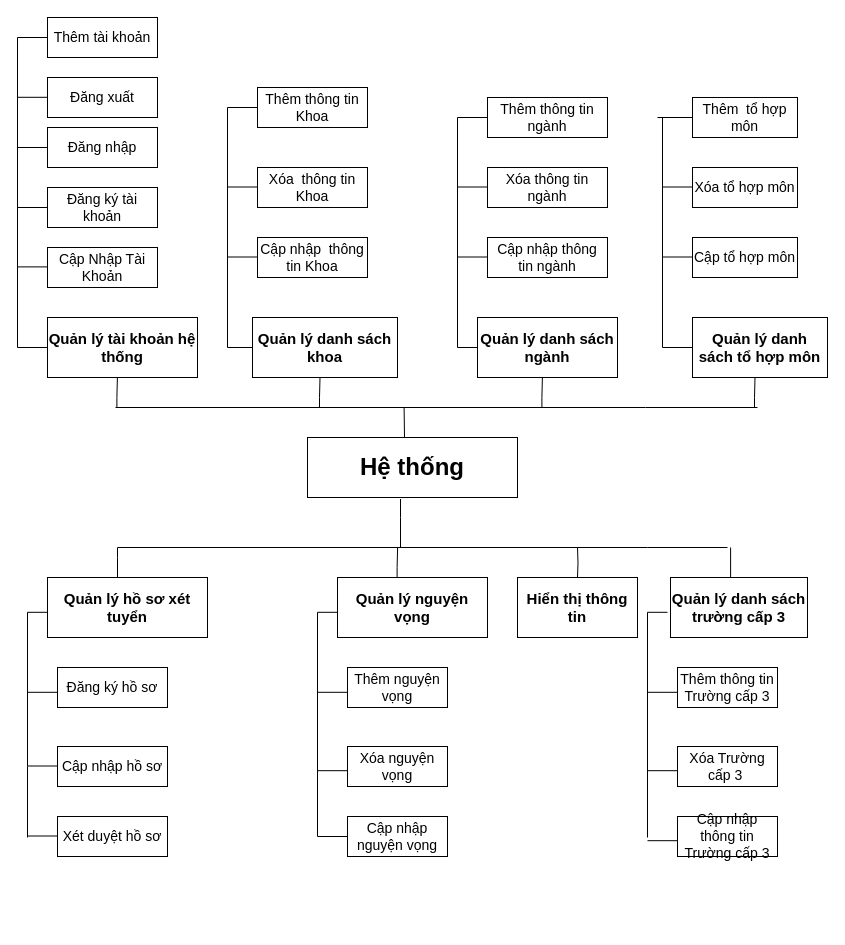
The draw.io diagram page "Biểu đồ phân cấp chức năng" (3 of 12) of 1. Bao Cao/DATN.drawio in truongquangkhai99/TrinhVanTu_DATN, before the edit. Source tidied: cells renumbered, new cells numbered last; positions are measured from the earlier drawing's top-left corner, leaving out a move shared by most shapes. Both pictures are drawn from the tidied source at 100%, with x=0, y=0 at pixel (17, 17).
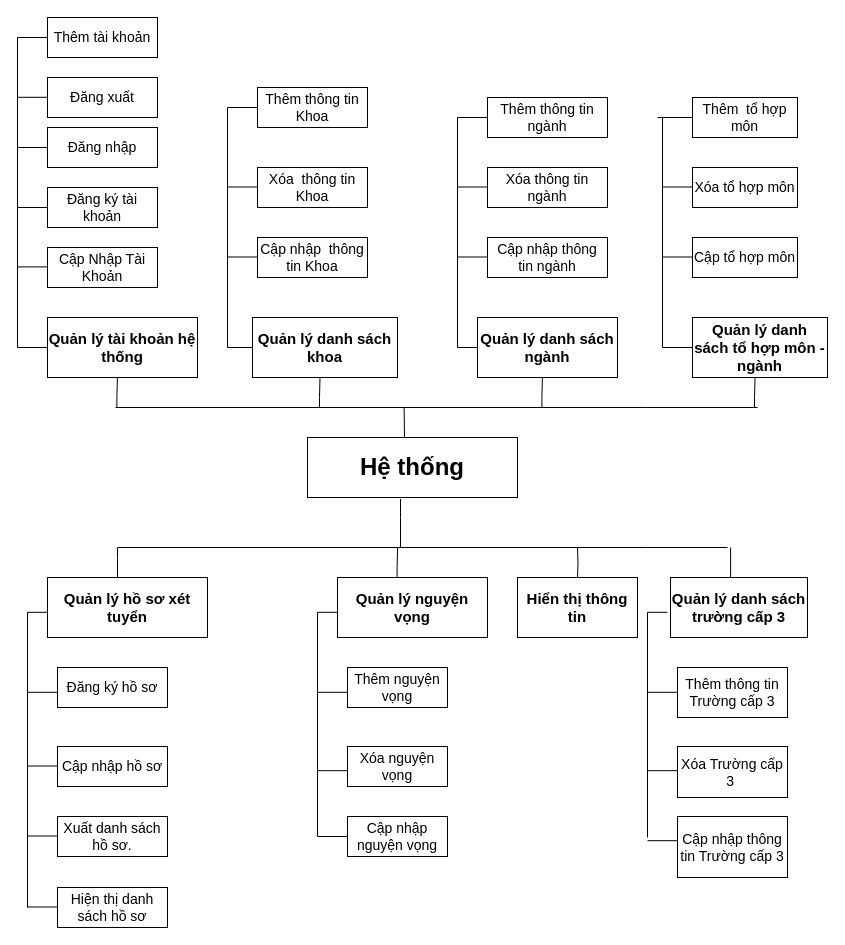
After the change.

What changed in the source:
```diff
@@
     <mxCell id="29" value="Thêm thông tin Trường cấp 3" style="rounded=0;whiteSpace=wrap;html=1;fontSize=14;align=center;fontStyle=0;verticalAlign=middle;strokeColor=default;strokeWidth=1;" parent="1" vertex="1">
-      <mxGeometry x="660" y="650" width="100" height="40" as="geometry" />
+      <mxGeometry x="660" y="650" width="110" height="50" as="geometry" />
     </mxCell>
     <mxCell id="30" value="Cập nhập thông tin Trường cấp 3" style="rounded=0;whiteSpace=wrap;html=1;fontSize=14;align=center;fontStyle=0;verticalAlign=middle;strokeColor=default;strokeWidth=1;" parent="1" vertex="1">
-      <mxGeometry x="660" y="799" width="100" height="40" as="geometry" />
+      <mxGeometry x="660" y="799" width="110" height="61" as="geometry" />
     </mxCell>
     <mxCell id="31" value="Xóa Trường cấp 3&amp;nbsp;" style="rounded=0;whiteSpace=wrap;html=1;fontSize=14;align=center;fontStyle=0;verticalAlign=middle;strokeColor=default;strokeWidth=1;" parent="1" vertex="1">
-      <mxGeometry x="660" y="729" width="100" height="40" as="geometry" />
+      <mxGeometry x="660" y="729" width="110" height="51" as="geometry" />
     </mxCell>
@@
     <mxCell id="43" style="endArrow=none;html=1;rounded=0;edgeStyle=orthogonalEdgeStyle;entryX=0;entryY=0.5;entryDx=0;entryDy=0;fontSize=14;align=center;fontStyle=0;verticalAlign=middle;strokeColor=default;strokeWidth=1;" parent="1" edge="1">
       <mxGeometry relative="1" as="geometry">
-        <mxPoint x="10" y="820" as="sourcePoint" />
+        <mxPoint x="10" y="890" as="sourcePoint" />
         <mxPoint x="30" y="594.8" as="targetPoint" />
         <Array as="points">
           <mxPoint x="10" y="749" />
           <mxPoint x="10" y="595" />
         </Array>
       </mxGeometry>
     </mxCell>
@@
-    <mxCell id="52" value="Quản lý danh sách tổ hợp môn" style="rounded=0;whiteSpace=wrap;html=1;fontSize=15;align=center;fontStyle=1;verticalAlign=middle;strokeColor=default;strokeWidth=1;" parent="1" vertex="1">
+    <mxCell id="52" value="Quản lý danh sách tổ hợp môn - ngành" style="rounded=0;whiteSpace=wrap;html=1;fontSize=15;align=center;fontStyle=1;verticalAlign=middle;strokeColor=default;strokeWidth=1;" parent="1" vertex="1">
       <mxGeometry x="675" y="300" width="135" height="60" as="geometry" />
     </mxCell>
@@
-    <mxCell id="66" value="Xét duyệt hồ sơ" style="rounded=0;whiteSpace=wrap;html=1;fontSize=14;align=center;fontStyle=0;verticalAlign=middle;strokeColor=default;strokeWidth=1;" parent="1" vertex="1">
+    <mxCell id="66" value="Xuất danh sách hồ sơ." style="rounded=0;whiteSpace=wrap;html=1;fontSize=14;align=center;fontStyle=0;verticalAlign=middle;strokeColor=default;strokeWidth=1;" parent="1" vertex="1">
       <mxGeometry x="40" y="799" width="110" height="40" as="geometry" />
     </mxCell>
@@
+    <mxCell id="74" value="Hiện thị danh sách hồ sơ" style="rounded=0;whiteSpace=wrap;html=1;fontSize=14;align=center;fontStyle=0;verticalAlign=middle;strokeColor=default;strokeWidth=1;" parent="1" vertex="1">
+      <mxGeometry x="40" y="870" width="110" height="40" as="geometry" />
+    </mxCell>
+    <mxCell id="75" style="endArrow=none;html=1;rounded=0;exitX=0;exitY=0.5;exitDx=0;exitDy=0;fontSize=14;align=center;fontStyle=0;verticalAlign=middle;strokeColor=default;strokeWidth=1;" parent="1" edge="1">
+      <mxGeometry relative="1" as="geometry">
+        <mxPoint x="40" y="889.5" as="sourcePoint" />
+        <mxPoint x="10" y="889.5" as="targetPoint" />
+      </mxGeometry>
+    </mxCell>
```
